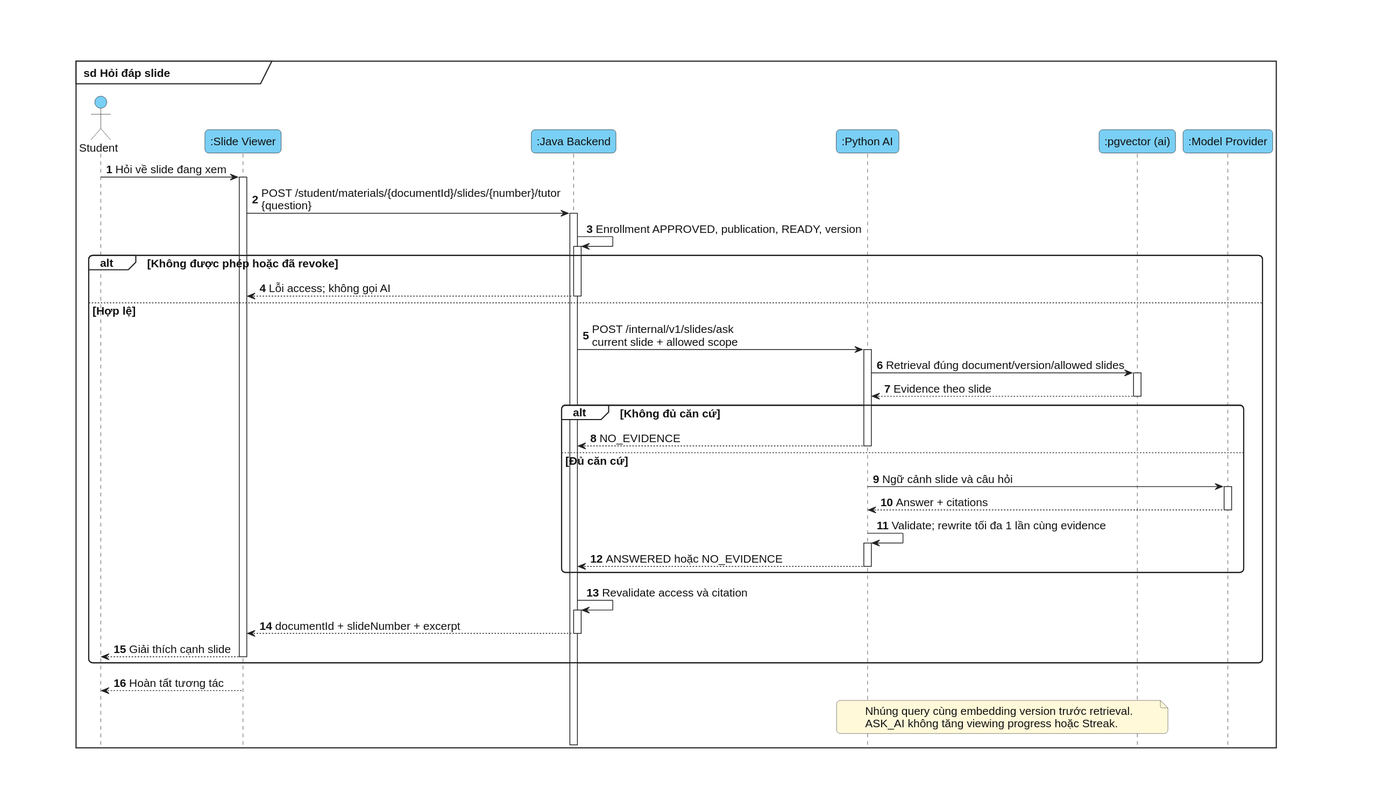
This is docs/diagrams/chuong-3/sequence-11-slide-tutor.svg from bch7504/DATN, a PlantUML export, as it was before one commit. Its diagram source:
```plantuml
@startuml
skinparam defaultFontColor #111111
skinparam ArrowColor #222222
skinparam ActorBackgroundColor #7ACFF5
skinparam ActorBorderColor #222222
skinparam NoteBackgroundColor #FFF9D9
skinparam NoteBorderColor #555555
skinparam RectangleBackgroundColor white
skinparam RectangleBorderColor #222222
skinparam ParticipantBackgroundColor #7ACFF5
skinparam ParticipantBorderColor #222222
skinparam LifeLineBackgroundColor #7ACFF5
skinparam LifeLineBorderColor #222222
skinparam SequenceGroupBackgroundColor white
skinparam SequenceGroupBodyBackgroundColor white
skinparam SequenceGroupBorderColor #222222
skinparam shadowing false
skinparam linetype ortho
skinparam backgroundColor white
skinparam defaultFontName Arial
skinparam defaultFontSize 15
skinparam classAttributeIconSize 0
skinparam packageStyle rectangle
skinparam roundcorner 10
skinparam nodesep 30
skinparam ranksep 40
hide footbox
autonumber
autoactivate on
actor Student
participant ":Slide Viewer" as Web
participant ":Java Backend" as Java
participant ":Python AI" as AI
participant ":pgvector (ai)" as DB
participant ":Model Provider" as LLM
Student -> Web : Hỏi về slide đang xem
Web -> Java : POST /student/materials/{documentId}/slides/{number}/tutor\n{question}
Java -> Java : Enrollment APPROVED, publication, READY, version
alt Không được phép hoặc đã revoke
Java --> Web : Lỗi access; không gọi AI
else Hợp lệ
Java -> AI : POST /internal/v1/slides/ask\ncurrent slide + allowed scope
AI -> DB : Retrieval đúng document/version/allowed slides
DB --> AI : Evidence theo slide
alt Không đủ căn cứ
AI --> Java : NO_EVIDENCE
else Đủ căn cứ
AI -> LLM : Ngữ cảnh slide và câu hỏi
LLM --> AI : Answer + citations
AI -> AI : Validate; rewrite tối đa 1 lần cùng evidence
AI --> Java : ANSWERED hoặc NO_EVIDENCE
end
Java -> Java : Revalidate access và citation
Java --> Web : documentId + slideNumber + excerpt
Web --> Student : Giải thích cạnh slide
end
return Hoàn tất tương tác
note over AI,DB
Nhúng query cùng embedding version trước retrieval.
ASK_AI không tăng viewing progress hoặc Streak.
end note
@enduml
```
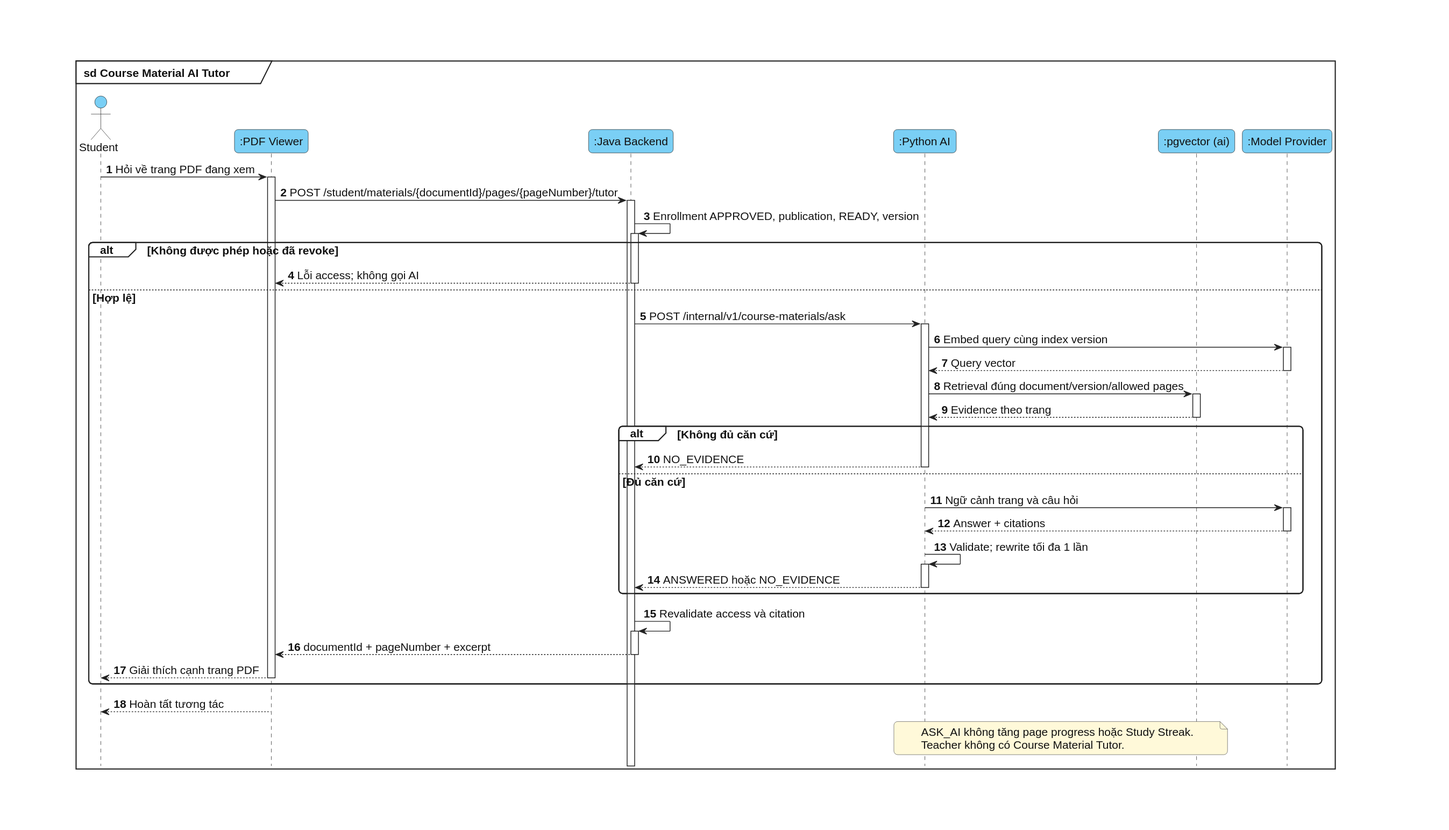
After the change.

The edit, as a diff of the source:
```diff
@@ -5,8 +5,6 @@
 skinparam ActorBorderColor #222222
 skinparam NoteBackgroundColor #FFF9D9
 skinparam NoteBorderColor #555555
-skinparam RectangleBackgroundColor white
-skinparam RectangleBorderColor #222222
 skinparam ParticipantBackgroundColor #7ACFF5
 skinparam ParticipantBorderColor #222222
 skinparam LifeLineBackgroundColor #7ACFF5
@@ -19,44 +17,45 @@
 skinparam backgroundColor white
 skinparam defaultFontName Arial
 skinparam defaultFontSize 15
-skinparam classAttributeIconSize 0
-skinparam packageStyle rectangle
 skinparam roundcorner 10
-skinparam nodesep 30
-skinparam ranksep 40
 hide footbox
 autonumber
 autoactivate on
+
 actor Student
-participant ":Slide Viewer" as Web
+participant ":PDF Viewer" as Web
 participant ":Java Backend" as Java
 participant ":Python AI" as AI
 participant ":pgvector (ai)" as DB
 participant ":Model Provider" as LLM
-Student -> Web : Hỏi về slide đang xem
-Web -> Java : POST /student/materials/{documentId}/slides/{number}/tutor\n{question}
+
+Student -> Web : Hỏi về trang PDF đang xem
+Web -> Java : POST /student/materials/{documentId}/pages/{pageNumber}/tutor
 Java -> Java : Enrollment APPROVED, publication, READY, version
 alt Không được phép hoặc đã revoke
-Java --> Web : Lỗi access; không gọi AI
+  Java --> Web : Lỗi access; không gọi AI
 else Hợp lệ
-Java -> AI : POST /internal/v1/slides/ask\ncurrent slide + allowed scope
-AI -> DB : Retrieval đúng document/version/allowed slides
-DB --> AI : Evidence theo slide
-alt Không đủ căn cứ
-AI --> Java : NO_EVIDENCE
-else Đủ căn cứ
-AI -> LLM : Ngữ cảnh slide và câu hỏi
-LLM --> AI : Answer + citations
-AI -> AI : Validate; rewrite tối đa 1 lần cùng evidence
-AI --> Java : ANSWERED hoặc NO_EVIDENCE
-end
-Java -> Java : Revalidate access và citation
-Java --> Web : documentId + slideNumber + excerpt
-Web --> Student : Giải thích cạnh slide
+  Java -> AI : POST /internal/v1/course-materials/ask
+  AI -> LLM : Embed query cùng index version
+  LLM --> AI : Query vector
+  AI -> DB : Retrieval đúng document/version/allowed pages
+  DB --> AI : Evidence theo trang
+  alt Không đủ căn cứ
+    AI --> Java : NO_EVIDENCE
+  else Đủ căn cứ
+    AI -> LLM : Ngữ cảnh trang và câu hỏi
+    LLM --> AI : Answer + citations
+    AI -> AI : Validate; rewrite tối đa 1 lần
+    AI --> Java : ANSWERED hoặc NO_EVIDENCE
+  end
+  Java -> Java : Revalidate access và citation
+  Java --> Web : documentId + pageNumber + excerpt
+  Web --> Student : Giải thích cạnh trang PDF
 end
 return Hoàn tất tương tác
+
 note over AI,DB
-Nhúng query cùng embedding version trước retrieval.
-ASK_AI không tăng viewing progress hoặc Streak.
+ASK_AI không tăng page progress hoặc Study Streak.
+Teacher không có Course Material Tutor.
 end note
 @enduml
```
